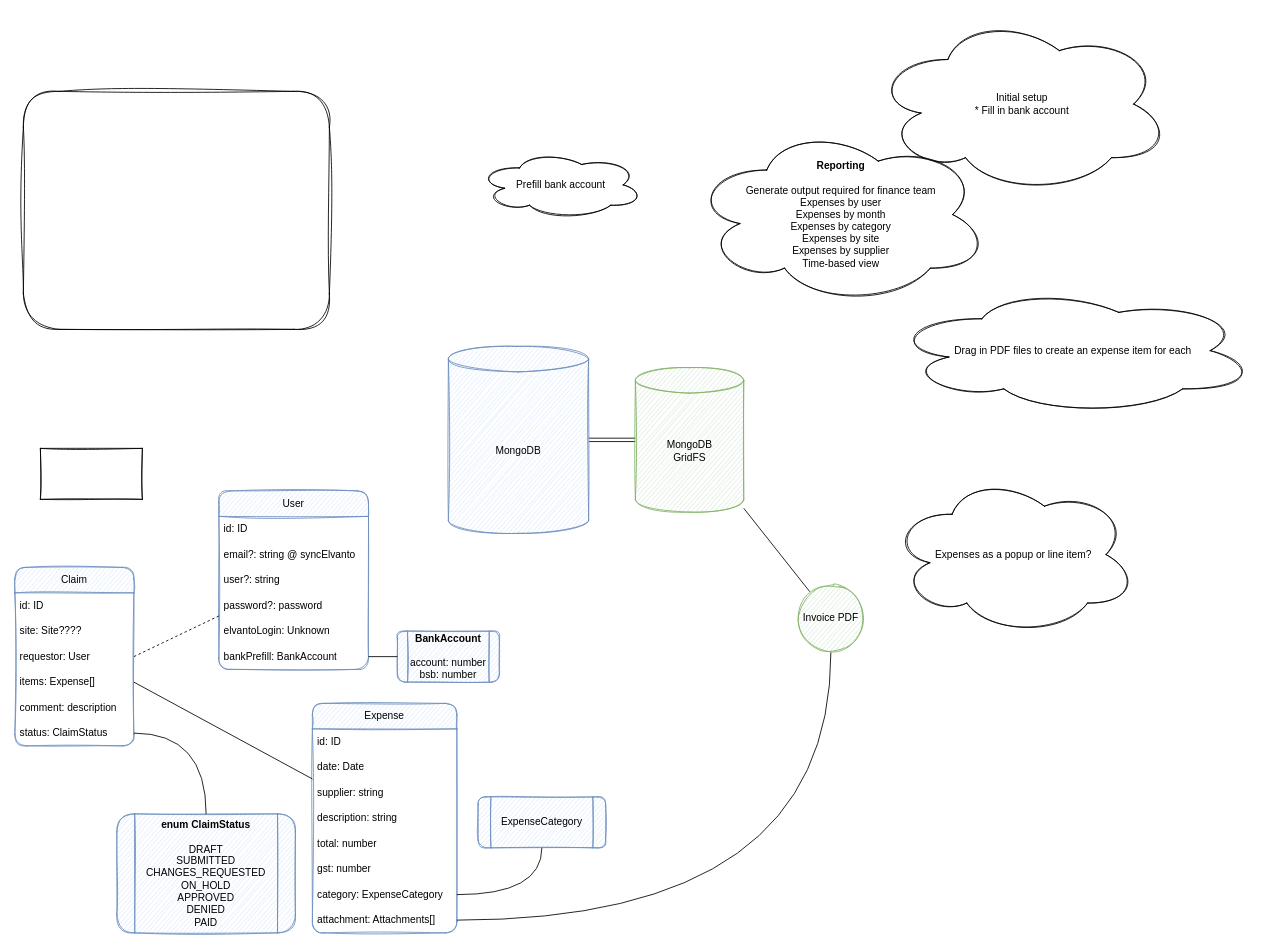
Before: page "Data Design" (1 of 2) of design.drawio in featherbear/swec-expenditure-claims, a draw.io diagram. Source tidied: cells renumbered, new cells numbered last; positions are measured from the earlier drawing's top-left corner, leaving out a move shared by most shapes. Both pictures are drawn from the tidied source at 85%, with x=0, y=0 at pixel (14, 14).
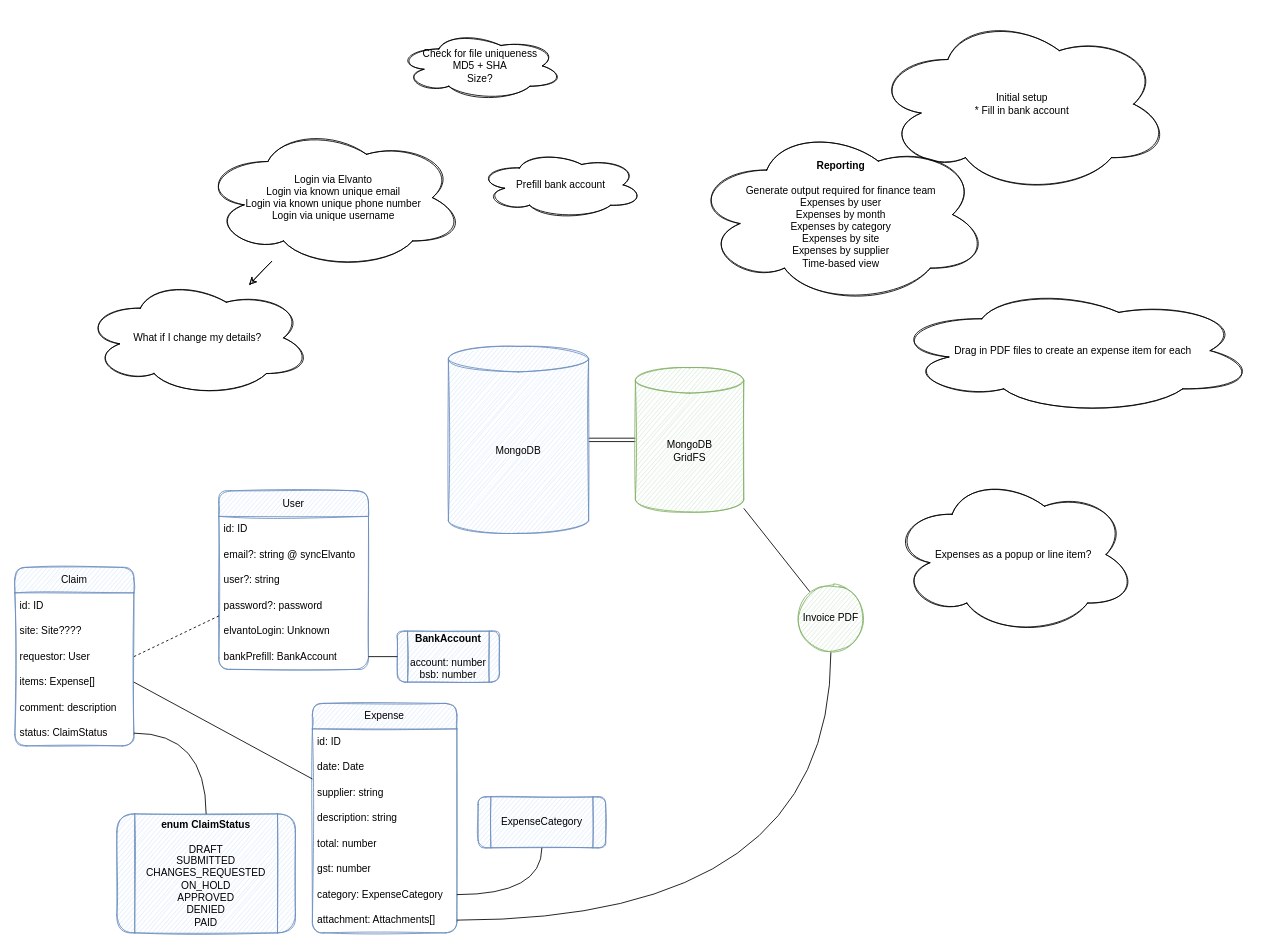
After the change.

Change to the diagram source:
```diff
@@
-    <mxCell id="2" style="rounded=1;whiteSpace=wrap;html=1;sketch=1;curveFitting=1;jiggle=2;" parent="1" vertex="1">
-      <mxGeometry x="10" y="90" width="360" height="280" as="geometry" />
-    </mxCell>
-    <mxCell id="3" style="rounded=0;whiteSpace=wrap;html=1;sketch=1;" parent="1" vertex="1">
-      <mxGeometry x="30" y="510" width="120" height="60" as="geometry" />
-    </mxCell>
@@
+    <mxCell id="46" style="edgeStyle=none;rounded=0;sketch=1;jettySize=auto;html=1;fontColor=#000000;" parent="1" edge="1" source="47" target="48">
+      <mxGeometry relative="1" as="geometry" />
+    </mxCell>
+    <mxCell id="47" value="Login via Elvanto&lt;br&gt;Login via known unique email&lt;br&gt;Login via known unique phone number&lt;br&gt;Login via unique username" style="ellipse;shape=cloud;whiteSpace=wrap;html=1;rounded=1;sketch=1;strokeColor=#000000;fontColor=#000000;fillColor=default;" parent="1" vertex="1">
+      <mxGeometry x="220" y="130" width="310" height="170" as="geometry" />
+    </mxCell>
+    <mxCell id="48" value="What if I change my details?" style="ellipse;shape=cloud;whiteSpace=wrap;html=1;rounded=1;sketch=1;strokeColor=#000000;fontColor=#000000;fillColor=default;" parent="1" vertex="1">
+      <mxGeometry x="80" y="310" width="270" height="140" as="geometry" />
+    </mxCell>
+    <mxCell id="49" value="Check for file uniqueness&lt;br&gt;MD5 + SHA&lt;br&gt;Size?" style="ellipse;shape=cloud;whiteSpace=wrap;html=1;rounded=1;sketch=1;" parent="1" vertex="1">
+      <mxGeometry x="450" y="20" width="195" height="80" as="geometry" />
+    </mxCell>
```
